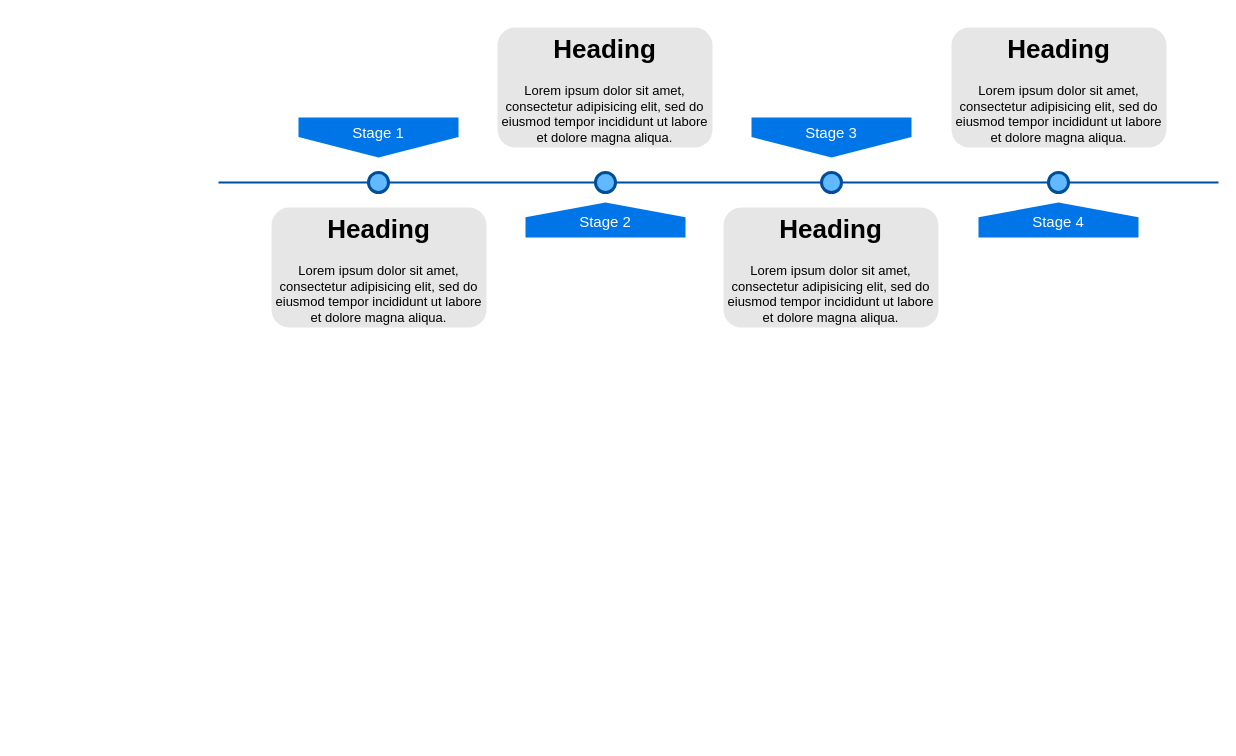
Above: Untitled Diagram.drawio in KesionX/wx-mock (draw.io), before the change. Source tidied: cells renumbered, new cells numbered last; positions are measured from the earlier drawing's top-left corner, leaving out a move shared by most shapes. Both pictures are drawn from the tidied source at 100%, with x=0, y=0 at pixel (218, 27).
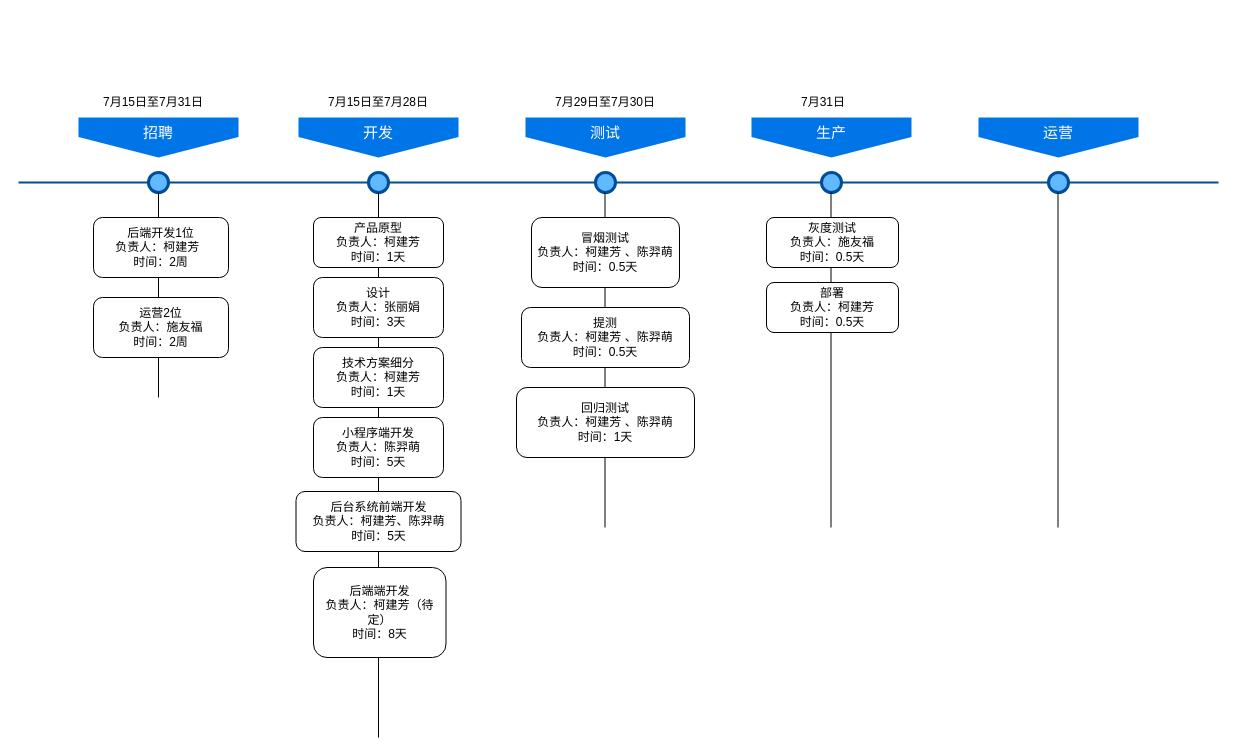
The same diagram, later.

The change refers to these unchanged cells:
```xml
<mxCell id="7" style="ellipse;whiteSpace=wrap;html=1;fillColor=#61BAFF;fontSize=28;fontColor=#004D99;strokeWidth=3;strokeColor=#004D99;" parent="1" vertex="1">
  <mxGeometry x="150" y="145" width="20" height="20" as="geometry" />
</mxCell>
```

What changed in the source:
```diff
@@
     <mxCell id="2" style="line;strokeWidth=2;html=1;fillColor=none;fontSize=28;fontColor=#004D99;strokeColor=#004D99;" parent="1" vertex="1">
-      <mxGeometry y="150" width="1000" height="10" as="geometry" />
+      <mxGeometry x="-200" y="150" width="1200" height="10" as="geometry" />
     </mxCell>
-    <mxCell id="3" value="Stage 1" style="shape=offPageConnector;whiteSpace=wrap;html=1;fillColor=#0075E8;fontSize=15;fontColor=#FFFFFF;size=0.5093750000000015;verticalAlign=top;strokeColor=none;" parent="1" vertex="1">
+    <mxCell id="3" value="开发" style="shape=offPageConnector;whiteSpace=wrap;html=1;fillColor=#0075E8;fontSize=15;fontColor=#FFFFFF;size=0.5093750000000015;verticalAlign=top;strokeColor=none;" parent="1" vertex="1">
       <mxGeometry x="80" y="90" width="160" height="40" as="geometry" />
     </mxCell>
-    <mxCell id="4" value="&lt;span&gt;Stage 3&lt;/span&gt;" style="shape=offPageConnector;whiteSpace=wrap;html=1;fillColor=#0075E8;fontSize=15;fontColor=#FFFFFF;size=0.5093750000000015;verticalAlign=top;strokeColor=none;" parent="1" vertex="1">
+    <mxCell id="4" value="生产" style="shape=offPageConnector;whiteSpace=wrap;html=1;fillColor=#0075E8;fontSize=15;fontColor=#FFFFFF;size=0.5093750000000015;verticalAlign=top;strokeColor=none;" parent="1" vertex="1">
       <mxGeometry x="533" y="90" width="160" height="40" as="geometry" />
     </mxCell>
-    <mxCell id="5" value="&lt;span&gt;Stage 2&lt;/span&gt;" style="shape=offPageConnector;whiteSpace=wrap;html=1;fillColor=#0075E8;fontSize=15;fontColor=#FFFFFF;size=0.4178571428571445;flipV=1;verticalAlign=bottom;strokeColor=none;spacingBottom=4;" parent="1" vertex="1">
-      <mxGeometry x="307" y="175" width="160" height="35" as="geometry" />
-    </mxCell>
-    <mxCell id="6" value="&lt;span&gt;Stage 4&lt;/span&gt;" style="shape=offPageConnector;whiteSpace=wrap;html=1;fillColor=#0075E8;fontSize=15;fontColor=#FFFFFF;size=0.4178571428571445;flipV=1;verticalAlign=bottom;strokeColor=none;spacingBottom=4;" parent="1" vertex="1">
-      <mxGeometry x="760" y="175" width="160" height="35" as="geometry" />
-    </mxCell>
@@
-    <mxCell id="11" value="&lt;h1&gt;Heading&lt;/h1&gt;&lt;p&gt;Lorem ipsum dolor sit amet, consectetur adipisicing elit, sed do eiusmod tempor incididunt ut labore et dolore magna aliqua.&lt;/p&gt;" style="text;html=1;spacing=5;spacingTop=-20;whiteSpace=wrap;overflow=hidden;strokeColor=none;strokeWidth=3;fillColor=#E6E6E6;fontSize=13;fontColor=#000000;align=center;rounded=1;" parent="1" vertex="1">
-      <mxGeometry x="53" y="180" width="215" height="120" as="geometry" />
-    </mxCell>
-    <mxCell id="12" value="&lt;h1&gt;Heading&lt;/h1&gt;&lt;p&gt;Lorem ipsum dolor sit amet, consectetur adipisicing elit, sed do eiusmod tempor incididunt ut labore et dolore magna aliqua.&lt;/p&gt;" style="text;html=1;spacing=5;spacingTop=-20;whiteSpace=wrap;overflow=hidden;strokeColor=none;strokeWidth=3;fillColor=#E6E6E6;fontSize=13;fontColor=#000000;align=center;rounded=1;" parent="1" vertex="1">
-      <mxGeometry x="279" width="215" height="120" as="geometry" />
-    </mxCell>
-    <mxCell id="13" value="&lt;h1&gt;Heading&lt;/h1&gt;&lt;p&gt;Lorem ipsum dolor sit amet, consectetur adipisicing elit, sed do eiusmod tempor incididunt ut labore et dolore magna aliqua.&lt;/p&gt;" style="text;html=1;spacing=5;spacingTop=-20;whiteSpace=wrap;overflow=hidden;strokeColor=none;strokeWidth=3;fillColor=#E6E6E6;fontSize=13;fontColor=#000000;align=center;rounded=1;" parent="1" vertex="1">
-      <mxGeometry x="505" y="180" width="215" height="120" as="geometry" />
-    </mxCell>
-    <mxCell id="14" value="&lt;h1&gt;Heading&lt;/h1&gt;&lt;p&gt;Lorem ipsum dolor sit amet, consectetur adipisicing elit, sed do eiusmod tempor incididunt ut labore et dolore magna aliqua.&lt;/p&gt;" style="text;html=1;spacing=5;spacingTop=-20;whiteSpace=wrap;overflow=hidden;strokeColor=none;strokeWidth=3;fillColor=#E6E6E6;fontSize=13;fontColor=#000000;align=center;rounded=1;" parent="1" vertex="1">
-      <mxGeometry x="733" width="215" height="120" as="geometry" />
-    </mxCell>
+    <mxCell id="15" style="endArrow=none;html=1;entryX=0.5;entryY=1;entryDx=0;entryDy=0;" parent="1" edge="1" target="7">
+      <mxGeometry relative="1" as="geometry">
+        <mxPoint x="160" y="710" as="sourcePoint" />
+      </mxGeometry>
+    </mxCell>
+    <mxCell id="16" value="产品原型&lt;br&gt;负责人：柯建芳&lt;br&gt;时间：1天" style="rounded=1;whiteSpace=wrap;html=1;" parent="1" vertex="1">
+      <mxGeometry x="95" y="190" width="130" height="50" as="geometry" />
+    </mxCell>
+    <mxCell id="17" value="测试" style="shape=offPageConnector;whiteSpace=wrap;html=1;fillColor=#0075E8;fontSize=15;fontColor=#FFFFFF;size=0.5093750000000015;verticalAlign=top;strokeColor=none;" parent="1" vertex="1">
+      <mxGeometry x="307" y="90" width="160" height="40" as="geometry" />
+    </mxCell>
+    <mxCell id="18" value="运营" style="shape=offPageConnector;whiteSpace=wrap;html=1;fillColor=#0075E8;fontSize=15;fontColor=#FFFFFF;size=0.5093750000000015;verticalAlign=top;strokeColor=none;" parent="1" vertex="1">
+      <mxGeometry x="760" y="90" width="160" height="40" as="geometry" />
+    </mxCell>
+    <mxCell id="19" value="招聘" style="shape=offPageConnector;whiteSpace=wrap;html=1;fillColor=#0075E8;fontSize=15;fontColor=#FFFFFF;size=0.5093750000000015;verticalAlign=top;strokeColor=none;" parent="1" vertex="1">
+      <mxGeometry x="-140" y="90" width="160" height="40" as="geometry" />
+    </mxCell>
+    <mxCell id="20" style="ellipse;whiteSpace=wrap;html=1;fillColor=#61BAFF;fontSize=28;fontColor=#004D99;strokeWidth=3;strokeColor=#004D99;" parent="1" vertex="1">
+      <mxGeometry x="-70" y="145" width="20" height="20" as="geometry" />
+    </mxCell>
+    <mxCell id="21" style="endArrow=none;html=1;entryX=0.5;entryY=1;entryDx=0;entryDy=0;" parent="1" edge="1">
+      <mxGeometry relative="1" as="geometry">
+        <mxPoint x="-60" y="370" as="sourcePoint" />
+        <mxPoint x="-60" y="165" as="targetPoint" />
+      </mxGeometry>
+    </mxCell>
+    <mxCell id="22" value="后端开发1位&lt;br&gt;负责人：柯建芳&amp;nbsp;&amp;nbsp;&lt;br&gt;时间：2周" style="rounded=1;whiteSpace=wrap;html=1;" parent="1" vertex="1">
+      <mxGeometry x="-125" y="190" width="135" height="60" as="geometry" />
+    </mxCell>
+    <mxCell id="23" value="运营2位&lt;br&gt;负责人：施友福&lt;br&gt;时间：2周" style="rounded=1;whiteSpace=wrap;html=1;" parent="1" vertex="1">
+      <mxGeometry x="-125" y="270" width="135" height="60" as="geometry" />
+    </mxCell>
+    <mxCell id="24" value="设计&lt;br&gt;负责人：张丽娟&lt;br&gt;时间：3天" style="rounded=1;whiteSpace=wrap;html=1;" parent="1" vertex="1">
+      <mxGeometry x="95" y="250" width="130" height="60" as="geometry" />
+    </mxCell>
+    <mxCell id="25" value="技术方案细分&lt;br&gt;负责人：柯建芳&lt;br&gt;时间：1天" style="rounded=1;whiteSpace=wrap;html=1;" parent="1" vertex="1">
+      <mxGeometry x="95" y="320" width="130" height="60" as="geometry" />
+    </mxCell>
+    <mxCell id="26" value="小程序端开发&lt;br&gt;负责人：陈羿萌&lt;br&gt;时间：5天" style="rounded=1;whiteSpace=wrap;html=1;" parent="1" vertex="1">
+      <mxGeometry x="95" y="390" width="130" height="60" as="geometry" />
+    </mxCell>
+    <mxCell id="27" value="后端端开发&lt;br&gt;负责人：柯建芳（待定）&lt;br&gt;时间：8天" style="rounded=1;whiteSpace=wrap;html=1;" parent="1" vertex="1">
+      <mxGeometry x="95" y="540" width="132.5" height="90" as="geometry" />
+    </mxCell>
+    <mxCell id="28" style="endArrow=none;html=1;entryX=0.5;entryY=1;entryDx=0;entryDy=0;" parent="1" edge="1">
+      <mxGeometry relative="1" as="geometry">
+        <mxPoint x="386.5" y="500" as="sourcePoint" />
+        <mxPoint x="386.5" y="165" as="targetPoint" />
+      </mxGeometry>
+    </mxCell>
+    <mxCell id="29" value="冒烟测试&lt;br&gt;负责人：柯建芳 、陈羿萌&lt;br&gt;时间：0.5天" style="rounded=1;whiteSpace=wrap;html=1;" parent="1" vertex="1">
+      <mxGeometry x="313" y="190" width="148" height="70" as="geometry" />
+    </mxCell>
+    <mxCell id="30" value="提测&lt;br&gt;负责人：柯建芳 、陈羿萌&lt;br&gt;时间：0.5天" style="rounded=1;whiteSpace=wrap;html=1;" parent="1" vertex="1">
+      <mxGeometry x="303" y="280" width="168" height="60" as="geometry" />
+    </mxCell>
+    <mxCell id="31" value="回归测试&lt;br&gt;负责人：柯建芳 、陈羿萌&lt;br&gt;时间：1天" style="rounded=1;whiteSpace=wrap;html=1;" parent="1" vertex="1">
+      <mxGeometry x="298" y="360" width="178" height="70" as="geometry" />
+    </mxCell>
+    <mxCell id="32" style="endArrow=none;html=1;entryX=0.5;entryY=1;entryDx=0;entryDy=0;" parent="1" edge="1">
+      <mxGeometry relative="1" as="geometry">
+        <mxPoint x="612.5" y="500" as="sourcePoint" />
+        <mxPoint x="612.5" y="165" as="targetPoint" />
+      </mxGeometry>
+    </mxCell>
+    <mxCell id="33" value="灰度测试&lt;br&gt;负责人：施友福&lt;br&gt;时间：0.5天" style="rounded=1;whiteSpace=wrap;html=1;" parent="1" vertex="1">
+      <mxGeometry x="548" y="190" width="132" height="50" as="geometry" />
+    </mxCell>
+    <mxCell id="34" value="后台系统前端开发&lt;br&gt;负责人：柯建芳、陈羿萌&lt;br&gt;时间：5天" style="rounded=1;whiteSpace=wrap;html=1;" parent="1" vertex="1">
+      <mxGeometry x="77.5" y="464" width="165" height="60" as="geometry" />
+    </mxCell>
+    <mxCell id="35" style="endArrow=none;html=1;entryX=0.5;entryY=1;entryDx=0;entryDy=0;" parent="1" edge="1">
+      <mxGeometry relative="1" as="geometry">
+        <mxPoint x="839.5" y="500" as="sourcePoint" />
+        <mxPoint x="839.5" y="165" as="targetPoint" />
+      </mxGeometry>
+    </mxCell>
+    <mxCell id="36" value="7月15日至7月31日" style="text;html=1;strokeColor=none;fillColor=none;align=center;verticalAlign=middle;whiteSpace=wrap;rounded=0;" parent="1" vertex="1">
+      <mxGeometry x="-130" y="70" width="130" height="10" as="geometry" />
+    </mxCell>
+    <mxCell id="37" value="7月15日至7月28日" style="text;html=1;strokeColor=none;fillColor=none;align=center;verticalAlign=middle;whiteSpace=wrap;rounded=0;" parent="1" vertex="1">
+      <mxGeometry x="95" y="70" width="130" height="10" as="geometry" />
+    </mxCell>
+    <mxCell id="38" value="7月29日至7月30日" style="text;html=1;strokeColor=none;fillColor=none;align=center;verticalAlign=middle;whiteSpace=wrap;rounded=0;" parent="1" vertex="1">
+      <mxGeometry x="322" y="70" width="130" height="10" as="geometry" />
+    </mxCell>
+    <mxCell id="39" value="7月31日" style="text;html=1;strokeColor=none;fillColor=none;align=center;verticalAlign=middle;whiteSpace=wrap;rounded=0;" parent="1" vertex="1">
+      <mxGeometry x="540" y="70" width="130" height="10" as="geometry" />
+    </mxCell>
+    <mxCell id="40" value="部署&lt;br&gt;负责人：柯建芳&lt;br&gt;时间：0.5天" style="rounded=1;whiteSpace=wrap;html=1;" parent="1" vertex="1">
+      <mxGeometry x="548" y="255" width="132" height="50" as="geometry" />
+    </mxCell>
```
